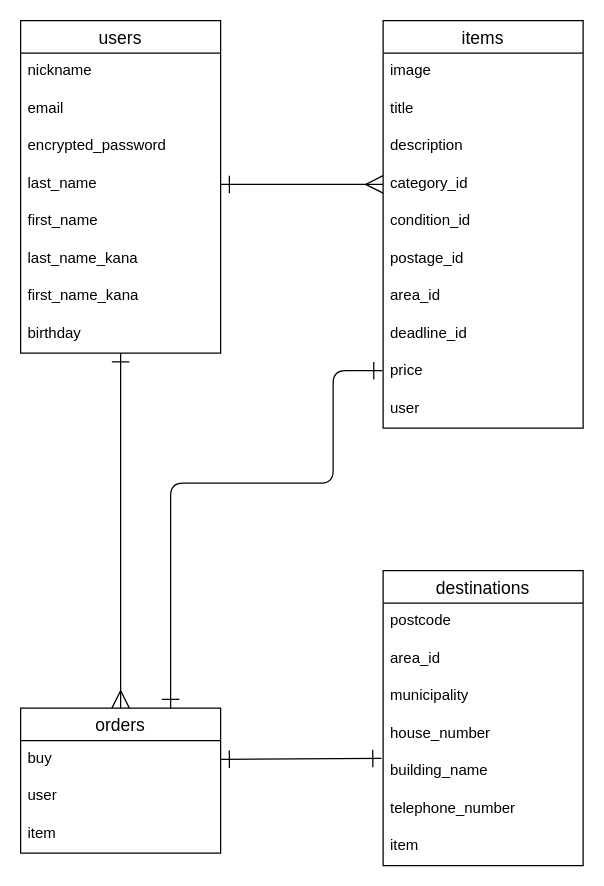
Above: er.dio in nemoimoi/furima-41350 (draw.io), before the change. Source tidied: cells renumbered, new cells numbered last; positions are measured from the earlier drawing's top-left corner, leaving out a move shared by most shapes. Both pictures are drawn from the tidied source at 125%, with x=0, y=0 at pixel (20, 20).
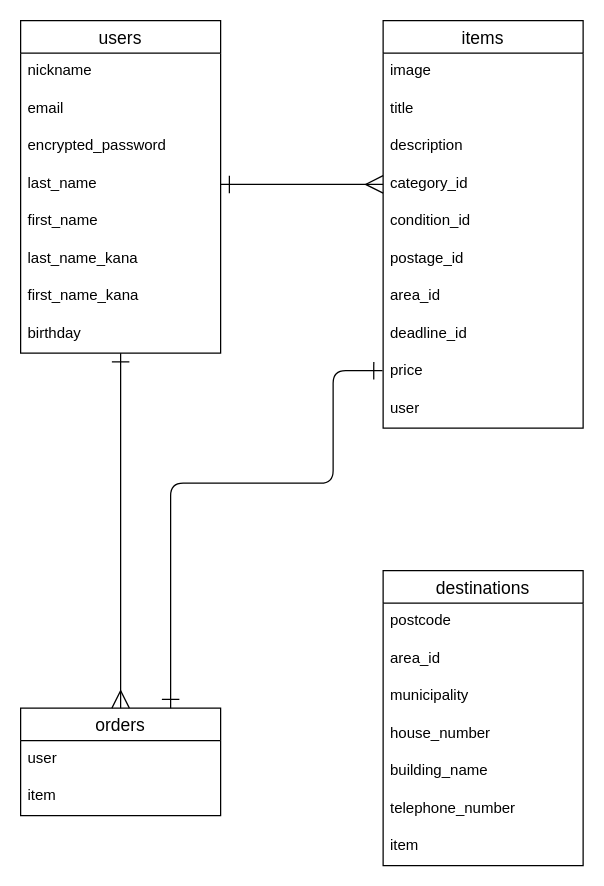
Above is the later version.

Commit message (it also covers changes not shown here):
データベース設計デバック２

・不要カラムの削除
・アソシエーションのカラム名変更

Unchanged cells that the change refers to:
```xml
<mxCell id="31" value="building_name" style="text;strokeColor=none;fillColor=none;spacingLeft=4;spacingRight=4;overflow=hidden;points=[[0,0.5],[1,0.5]];portConstraint=eastwest;fontSize=12;" parent="26" vertex="1">
  <mxGeometry y="146" width="160" height="30" as="geometry" />
</mxCell>
```

Diff of the diagram source:
```diff
@@
     <mxCell id="22" value="orders" style="swimlane;fontStyle=0;horizontal=1;startSize=26;align=center;fontSize=14;" parent="1" vertex="1">
-      <mxGeometry y="550" width="160" height="116" as="geometry" />
+      <mxGeometry y="550" width="160" height="86" as="geometry" />
     </mxCell>
-    <mxCell id="23" value="buy" style="text;strokeColor=none;fillColor=none;spacingLeft=4;spacingRight=4;overflow=hidden;points=[[0,0.5],[1,0.5]];portConstraint=eastwest;fontSize=12;" parent="22" vertex="1">
-      <mxGeometry y="26" width="160" height="30" as="geometry" />
-    </mxCell>
     <mxCell id="24" value="user" style="text;strokeColor=none;fillColor=none;spacingLeft=4;spacingRight=4;overflow=hidden;fontSize=12;" parent="22" vertex="1">
-      <mxGeometry y="56" width="160" height="30" as="geometry" />
+      <mxGeometry y="26" width="160" height="30" as="geometry" />
     </mxCell>
     <mxCell id="25" value="item" style="text;strokeColor=none;fillColor=none;spacingLeft=4;spacingRight=4;overflow=hidden;fontSize=12;" parent="22" vertex="1">
-      <mxGeometry y="86" width="160" height="30" as="geometry" />
+      <mxGeometry y="56" width="160" height="30" as="geometry" />
     </mxCell>
@@
-    <mxCell id="37" style="edgeStyle=none;jumpSize=12;html=1;exitX=1;exitY=0.5;exitDx=0;exitDy=0;entryX=-0.008;entryY=0.139;entryDx=0;entryDy=0;entryPerimeter=0;strokeColor=default;startArrow=ERone;startFill=0;endArrow=ERone;endFill=0;startSize=12;endSize=12;" parent="1" edge="1" source="23" target="31">
+    <mxCell id="37" style="edgeStyle=none;jumpSize=12;html=1;exitX=1;exitY=0.5;exitDx=0;exitDy=0;entryX=-0.008;entryY=0.139;entryDx=0;entryDy=0;entryPerimeter=0;strokeColor=default;startArrow=ERone;startFill=0;endArrow=ERone;endFill=0;startSize=12;endSize=12;" parent="1" edge="1" target="31">
       <mxGeometry relative="1" as="geometry" />
     </mxCell>
```
